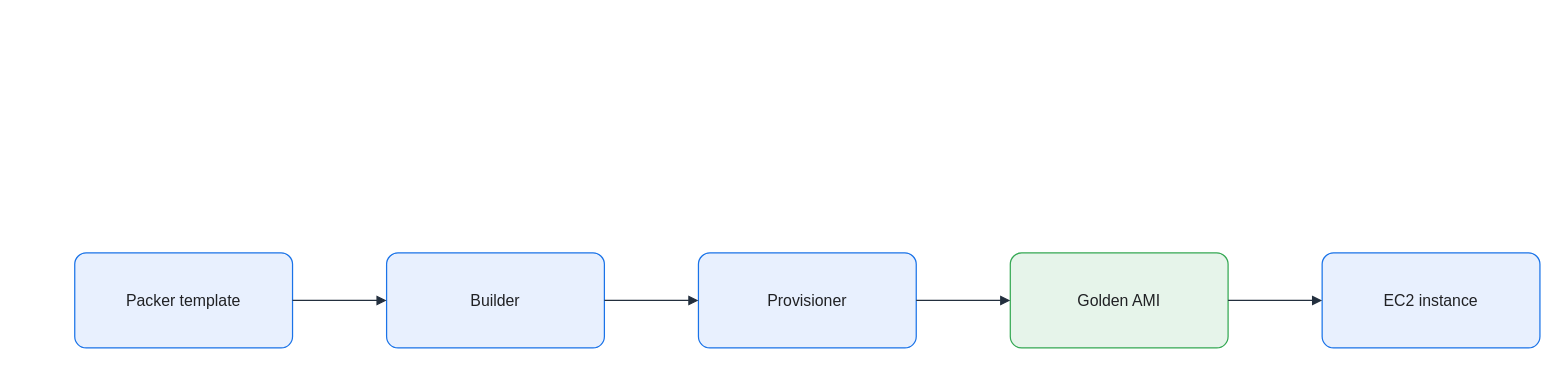
Above: assets/img/iac/packer-golden-image-flow.drawio in KKamJi98/kkamji98.github.io (draw.io), before the change. Source tidied: cells renumbered, new cells numbered last; positions are measured from the earlier drawing's top-left corner, leaving out a move shared by most shapes. Both pictures are drawn from the tidied source at 99%, with x=0, y=0 at pixel (74, 252).
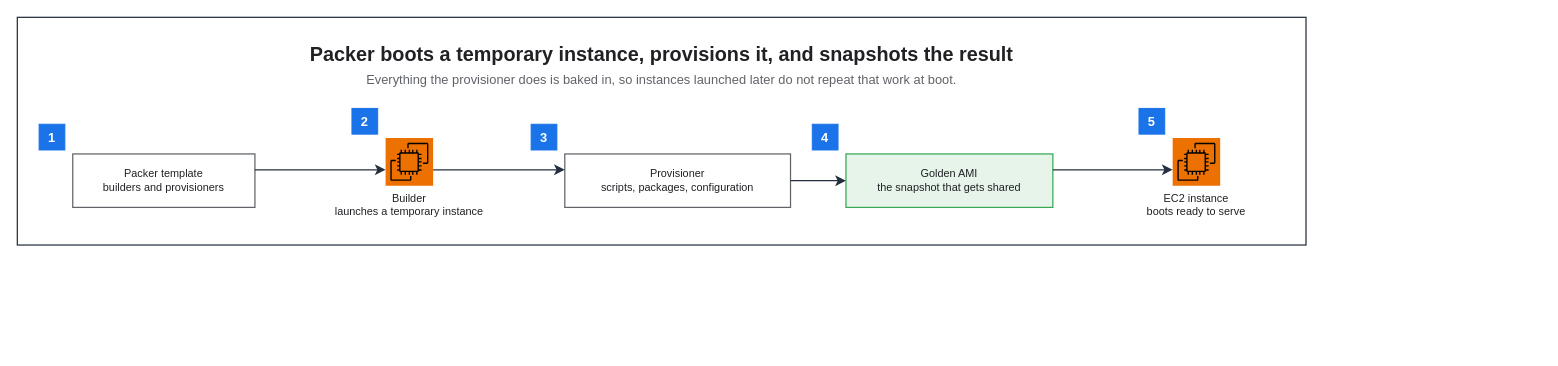
After the change.

What changed in the source:
```diff
@@
 <mxGraphModel background="#FFFFFF">
   <root>
     <mxCell id="0" />
     <mxCell id="1" parent="0" />
-    <mxCell id="2" value="Packer template" style="rounded=1;arcSize=12;whiteSpace=wrap;html=0;fillColor=#E8F0FE;strokeColor=#1A73E8;strokeWidth=1.25;fontColor=#202124;fontSize=16;align=center;verticalAlign=middle;spacing=8;shadow=0;" parent="1" vertex="1">
-      <mxGeometry width="220" height="96" as="geometry" />
-    </mxCell>
-    <mxCell id="3" value="Builder" style="rounded=1;arcSize=12;whiteSpace=wrap;html=0;fillColor=#E8F0FE;strokeColor=#1A73E8;strokeWidth=1.25;fontColor=#202124;fontSize=16;align=center;verticalAlign=middle;spacing=8;shadow=0;" parent="1" vertex="1">
-      <mxGeometry x="315" width="220" height="96" as="geometry" />
-    </mxCell>
-    <mxCell id="4" value="Provisioner" style="rounded=1;arcSize=12;whiteSpace=wrap;html=0;fillColor=#E8F0FE;strokeColor=#1A73E8;strokeWidth=1.25;fontColor=#202124;fontSize=16;align=center;verticalAlign=middle;spacing=8;shadow=0;" parent="1" vertex="1">
-      <mxGeometry x="630" width="220" height="96" as="geometry" />
-    </mxCell>
-    <mxCell id="5" value="Golden AMI" style="rounded=1;arcSize=12;whiteSpace=wrap;html=0;fillColor=#E6F4EA;strokeColor=#34A853;strokeWidth=1.25;fontColor=#202124;fontSize=16;align=center;verticalAlign=middle;spacing=8;shadow=0;" parent="1" vertex="1">
-      <mxGeometry x="945" width="220" height="96" as="geometry" />
-    </mxCell>
-    <mxCell id="6" value="EC2 instance" style="rounded=1;arcSize=12;whiteSpace=wrap;html=0;fillColor=#E8F0FE;strokeColor=#1A73E8;strokeWidth=1.25;fontColor=#202124;fontSize=16;align=center;verticalAlign=middle;spacing=8;shadow=0;" parent="1" vertex="1">
-      <mxGeometry x="1260" width="220" height="96" as="geometry" />
-    </mxCell>
-    <mxCell id="7" style="edgeStyle=orthogonalEdgeStyle;rounded=0;jettySize=auto;html=0;endArrow=block;endFill=1;strokeColor=#232F3E;strokeWidth=1.25;fontColor=#202124;labelBackgroundColor=none;exitX=1;exitY=0.5;exitDx=0;exitDy=0;entryX=0;entryY=0.5;entryDx=0;entryDy=0;endSize=7;" parent="1" edge="1" source="2" target="3">
-      <mxGeometry relative="1" as="geometry" />
-    </mxCell>
-    <mxCell id="8" style="edgeStyle=orthogonalEdgeStyle;rounded=0;jettySize=auto;html=0;endArrow=block;endFill=1;strokeColor=#232F3E;strokeWidth=1.25;fontColor=#202124;labelBackgroundColor=none;exitX=1;exitY=0.5;exitDx=0;exitDy=0;entryX=0;entryY=0.5;entryDx=0;entryDy=0;endSize=7;" parent="1" edge="1" source="3" target="4">
-      <mxGeometry relative="1" as="geometry" />
-    </mxCell>
-    <mxCell id="9" style="edgeStyle=orthogonalEdgeStyle;rounded=0;jettySize=auto;html=0;endArrow=block;endFill=1;strokeColor=#232F3E;strokeWidth=1.25;fontColor=#202124;labelBackgroundColor=none;exitX=1;exitY=0.5;exitDx=0;exitDy=0;entryX=0;entryY=0.5;entryDx=0;entryDy=0;endSize=7;" parent="1" edge="1" source="4" target="5">
-      <mxGeometry relative="1" as="geometry" />
-    </mxCell>
-    <mxCell id="10" style="edgeStyle=orthogonalEdgeStyle;rounded=0;jettySize=auto;html=0;endArrow=block;endFill=1;strokeColor=#232F3E;strokeWidth=1.25;fontColor=#202124;labelBackgroundColor=none;exitX=1;exitY=0.5;exitDx=0;exitDy=0;entryX=0;entryY=0.5;entryDx=0;entryDy=0;endSize=7;" parent="1" edge="1" source="5" target="6">
-      <mxGeometry relative="1" as="geometry" />
-    </mxCell>
+    <mxCell id="11" style="rounded=0;html=0;fillColor=none;strokeColor=#232F3E;fontColor=#202124;strokeWidth=1.25;" parent="1" vertex="1">
+      <mxGeometry x="-58" y="-238" width="1301.7" height="230" as="geometry" />
+    </mxCell>
+    <mxCell id="12" value="Packer boots a temporary instance, provisions it, and snapshots the result" style="text;html=0;whiteSpace=wrap;fillColor=none;strokeColor=none;fontColor=#202124;fontSize=20;fontStyle=1;align=center;verticalAlign=middle;" parent="1" vertex="1">
+      <mxGeometry x="-36" y="-216" width="1257.7" height="30" as="geometry" />
+    </mxCell>
+    <mxCell id="13" value="Everything the provisioner does is baked in, so instances launched later do not repeat that work at boot." style="text;html=0;whiteSpace=wrap;fillColor=none;strokeColor=none;fontColor=#5F6368;fontSize=13;fontStyle=0;align=center;verticalAlign=middle;" parent="1" vertex="1">
+      <mxGeometry x="-36" y="-186" width="1257.7" height="22" as="geometry" />
+    </mxCell>
+    <mxCell id="14" value="Packer template&#10;builders and provisioners" style="rounded=0;whiteSpace=wrap;html=0;fillColor=#FFFFFF;strokeColor=#5F6368;fontColor=#202124;fontSize=11;fontStyle=0;align=center;verticalAlign=middle;spacingLeft=6;spacingRight=6;strokeWidth=1.25;" parent="1" vertex="1">
+      <mxGeometry x="-2" y="-100" width="184" height="54" as="geometry" />
+    </mxCell>
+    <mxCell id="15" value="Builder&#10;launches a temporary instance" style="sketch=0;outlineConnect=0;gradientColor=none;html=0;whiteSpace=nowrap;fontSize=11;fontStyle=0;fontColor=#202124;verticalLabelPosition=bottom;verticalAlign=top;align=center;labelBackgroundColor=none;fillColor=#ED7100;strokeColor=none;dashed=0;shape=mxgraph.aws4.resourceIcon;resIcon=mxgraph.aws4.ec2;" parent="1" vertex="1">
+      <mxGeometry x="314" y="-116" width="48" height="48" as="geometry" />
+    </mxCell>
+    <mxCell id="16" value="Provisioner&#10;scripts, packages, configuration" style="rounded=0;whiteSpace=wrap;html=0;fillColor=#FFFFFF;strokeColor=#5F6368;fontColor=#202124;fontSize=11;fontStyle=0;align=center;verticalAlign=middle;spacingLeft=6;spacingRight=6;strokeWidth=1.25;" parent="1" vertex="1">
+      <mxGeometry x="495" y="-100" width="228" height="54" as="geometry" />
+    </mxCell>
+    <mxCell id="17" value="Golden AMI&#10;the snapshot that gets shared" style="rounded=0;whiteSpace=wrap;html=0;fillColor=#E6F4EA;strokeColor=#34A853;fontColor=#202124;fontSize=11;fontStyle=0;align=center;verticalAlign=middle;spacingLeft=6;spacingRight=6;strokeWidth=1.25;" parent="1" vertex="1">
+      <mxGeometry x="779" y="-100" width="209" height="54" as="geometry" />
+    </mxCell>
+    <mxCell id="18" value="EC2 instance&#10;boots ready to serve" style="sketch=0;outlineConnect=0;gradientColor=none;html=0;whiteSpace=nowrap;fontSize=11;fontStyle=0;fontColor=#202124;verticalLabelPosition=bottom;verticalAlign=top;align=center;labelBackgroundColor=none;fillColor=#ED7100;strokeColor=none;dashed=0;shape=mxgraph.aws4.resourceIcon;resIcon=mxgraph.aws4.ec2;" parent="1" vertex="1">
+      <mxGeometry x="1109" y="-116" width="48" height="48" as="geometry" />
+    </mxCell>
+    <mxCell id="19" value="1" style="rounded=0;whiteSpace=wrap;html=0;fillColor=#1A73E8;strokeColor=#1A73E8;fontColor=#FFFFFF;fontSize=13;fontStyle=1;align=center;verticalAlign=middle;" parent="1" vertex="1">
+      <mxGeometry x="-36" y="-130" width="26" height="26" as="geometry" />
+    </mxCell>
+    <mxCell id="20" value="2" style="rounded=0;whiteSpace=wrap;html=0;fillColor=#1A73E8;strokeColor=#1A73E8;fontColor=#FFFFFF;fontSize=13;fontStyle=1;align=center;verticalAlign=middle;" parent="1" vertex="1">
+      <mxGeometry x="280" y="-146" width="26" height="26" as="geometry" />
+    </mxCell>
+    <mxCell id="21" value="3" style="rounded=0;whiteSpace=wrap;html=0;fillColor=#1A73E8;strokeColor=#1A73E8;fontColor=#FFFFFF;fontSize=13;fontStyle=1;align=center;verticalAlign=middle;" parent="1" vertex="1">
+      <mxGeometry x="461" y="-130" width="26" height="26" as="geometry" />
+    </mxCell>
+    <mxCell id="22" value="4" style="rounded=0;whiteSpace=wrap;html=0;fillColor=#1A73E8;strokeColor=#1A73E8;fontColor=#FFFFFF;fontSize=13;fontStyle=1;align=center;verticalAlign=middle;" parent="1" vertex="1">
+      <mxGeometry x="745" y="-130" width="26" height="26" as="geometry" />
+    </mxCell>
+    <mxCell id="23" value="5" style="rounded=0;whiteSpace=wrap;html=0;fillColor=#1A73E8;strokeColor=#1A73E8;fontColor=#FFFFFF;fontSize=13;fontStyle=1;align=center;verticalAlign=middle;" parent="1" vertex="1">
+      <mxGeometry x="1075" y="-146" width="26" height="26" as="geometry" />
+    </mxCell>
+    <mxCell id="24" style="edgeStyle=orthogonalEdgeStyle;rounded=0;html=0;strokeColor=#232F3E;strokeWidth=1.25;endArrow=classic;endFill=1;endSize=7;fontSize=11;fontColor=#202124;labelBackgroundColor=none;jettySize=14;exitX=1;exitY=0.2963;entryX=0;entryY=0.6667;exitDx=0;exitDy=0;entryDx=0;entryDy=0;" parent="1" edge="1" source="14" target="15">
+      <mxGeometry relative="1" as="geometry" />
+    </mxCell>
+    <mxCell id="25" style="edgeStyle=orthogonalEdgeStyle;rounded=0;html=0;strokeColor=#232F3E;strokeWidth=1.25;endArrow=classic;endFill=1;endSize=7;fontSize=11;fontColor=#202124;labelBackgroundColor=none;jettySize=14;exitX=1;exitY=0.6667;entryX=0;entryY=0.2963;exitDx=0;exitDy=0;entryDx=0;entryDy=0;" parent="1" edge="1" source="15" target="16">
+      <mxGeometry relative="1" as="geometry" />
+    </mxCell>
+    <mxCell id="26" style="edgeStyle=orthogonalEdgeStyle;rounded=0;html=0;strokeColor=#232F3E;strokeWidth=1.25;endArrow=classic;endFill=1;endSize=7;fontSize=11;fontColor=#202124;labelBackgroundColor=none;jettySize=14;exitX=1;exitY=0.5;entryX=0;entryY=0.5;exitDx=0;exitDy=0;entryDx=0;entryDy=0;" parent="1" edge="1" source="16" target="17">
+      <mxGeometry relative="1" as="geometry" />
+    </mxCell>
+    <mxCell id="27" style="edgeStyle=orthogonalEdgeStyle;rounded=0;html=0;strokeColor=#232F3E;strokeWidth=1.25;endArrow=classic;endFill=1;endSize=7;fontSize=11;fontColor=#202124;labelBackgroundColor=none;jettySize=14;exitX=1;exitY=0.2963;entryX=0;entryY=0.6667;exitDx=0;exitDy=0;entryDx=0;entryDy=0;" parent="1" edge="1" source="17" target="18">
+      <mxGeometry relative="1" as="geometry" />
+    </mxCell>
   </root>
 </mxGraphModel>
```
